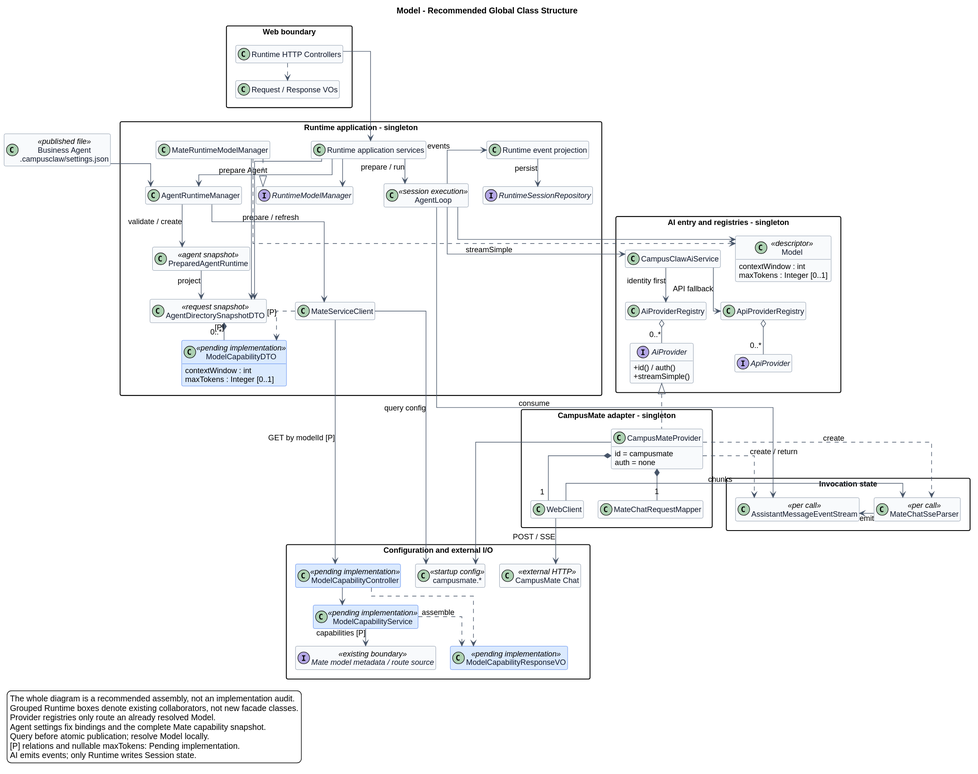
This is 02-服务与接口/03-Model/model-classes.svg from ssm0808/pi-mono-java-design, a PlantUML export, as it was before one commit.
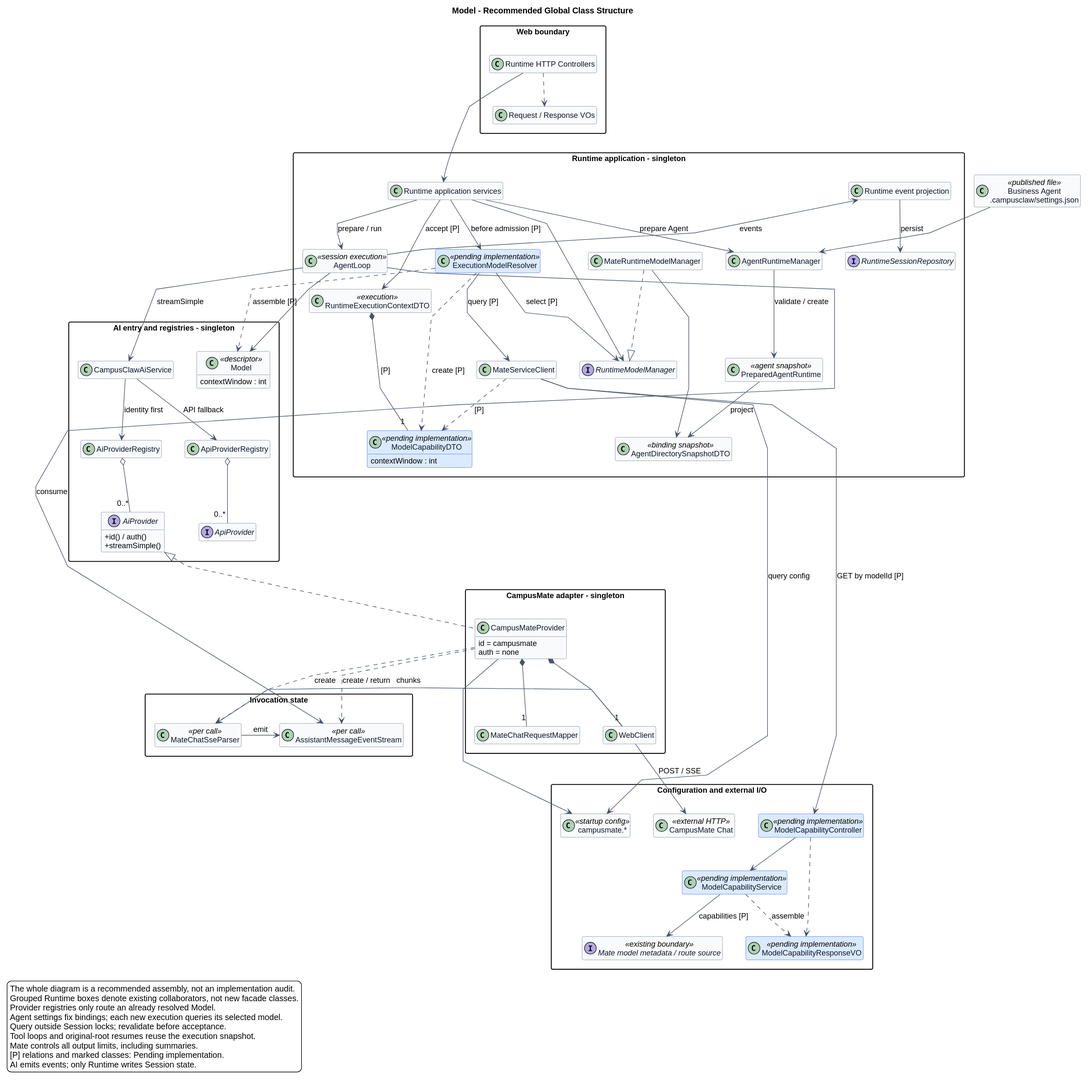
The same file after the commit.

The edit, as a diff of the source:
```diff
@@ -10,9 +10,9 @@
 skinparam classAttributeIconSize 0
 hide empty members
 skinparam packageStyle rectangle
-skinparam nodesep 25
-skinparam ranksep 30
-skinparam linetype ortho
+skinparam nodesep 40
+skinparam ranksep 55
+skinparam linetype polyline
 skinparam class {
   BackgroundColor #F8FAFC
   BorderColor #64748B
@@ -30,14 +30,15 @@
   class "Runtime application services" as Services
   class AgentRuntimeManager
   class MateServiceClient
+  class ExecutionModelResolver <<pending implementation>>
+  class RuntimeExecutionContextDTO <<execution>>
   class ModelCapabilityDTO <<pending implementation>> {
     contextWindow : int
-    maxTokens : Integer [0..1]
   }
   class PreparedAgentRuntime <<agent snapshot>>
   interface RuntimeModelManager
   class MateRuntimeModelManager
-  class AgentDirectorySnapshotDTO <<request snapshot>>
+  class AgentDirectorySnapshotDTO <<binding snapshot>>
 
   class AgentLoop <<session execution>>
   class "Runtime event projection" as Projection
@@ -54,7 +55,6 @@
   interface ApiProvider
   class Model <<descriptor>> {
     contextWindow : int
-    maxTokens : Integer [0..1]
   }
 }
 package "CampusMate adapter - singleton" as Adapter {
@@ -82,7 +82,9 @@
 Controllers ..> VOs
 Services --> AgentRuntimeManager : prepare Agent
 AgentSettings -down-> AgentRuntimeManager
-AgentRuntimeManager --> MateServiceClient : prepare / refresh
+Services --> ExecutionModelResolver : before admission [P]
+ExecutionModelResolver --> MateServiceClient : query [P]
+Services --> RuntimeExecutionContextDTO : accept [P]
 MateServiceClient --> Config : query config
 MateServiceClient --> ModelCapabilityController : GET by modelId [P]
 ModelCapabilityController --> ModelCapabilityService
@@ -90,14 +92,15 @@
 ModelCapabilityService --> Metadata : capabilities [P]
 ModelCapabilityService ..> ModelCapabilityResponseVO : assemble
 MateServiceClient ..> ModelCapabilityDTO : [P]
-AgentDirectorySnapshotDTO *-- "0..*" ModelCapabilityDTO : [P]
+RuntimeExecutionContextDTO *-- "1" ModelCapabilityDTO : [P]
+ExecutionModelResolver ..> ModelCapabilityDTO : create [P]
+ExecutionModelResolver ..> Model : assemble [P]
 AgentRuntimeManager --> PreparedAgentRuntime : validate / create
 PreparedAgentRuntime --> AgentDirectorySnapshotDTO : project
 Services --> RuntimeModelManager
 MateRuntimeModelManager ..|> RuntimeModelManager
-Services --> AgentDirectorySnapshotDTO
 MateRuntimeModelManager --> AgentDirectorySnapshotDTO
-MateRuntimeModelManager -[norank,dashed]-> Model
+ExecutionModelResolver --> RuntimeModelManager : select [P]
 Services -down-> AgentLoop : prepare / run
 AgentLoop -[norank]-> Model
 AgentLoop -[norank]-> Projection : events
@@ -130,9 +133,11 @@
 The whole diagram is a recommended assembly, not an implementation audit.
 Grouped Runtime boxes denote existing collaborators, not new facade classes.
 Provider registries only route an already resolved Model.
-Agent settings fix bindings and the complete Mate capability snapshot.
-Query before atomic publication; resolve Model locally.
-[P] relations and nullable maxTokens: Pending implementation.
+Agent settings fix bindings; each new execution queries its selected model.
+Query outside Session locks; revalidate before acceptance.
+Tool loops and original-root resumes reuse the execution snapshot.
+Mate controls all output limits, including summaries.
+[P] relations and marked classes: Pending implementation.
 AI emits events; only Runtime writes Session state.
 endlegend
 @enduml
```
